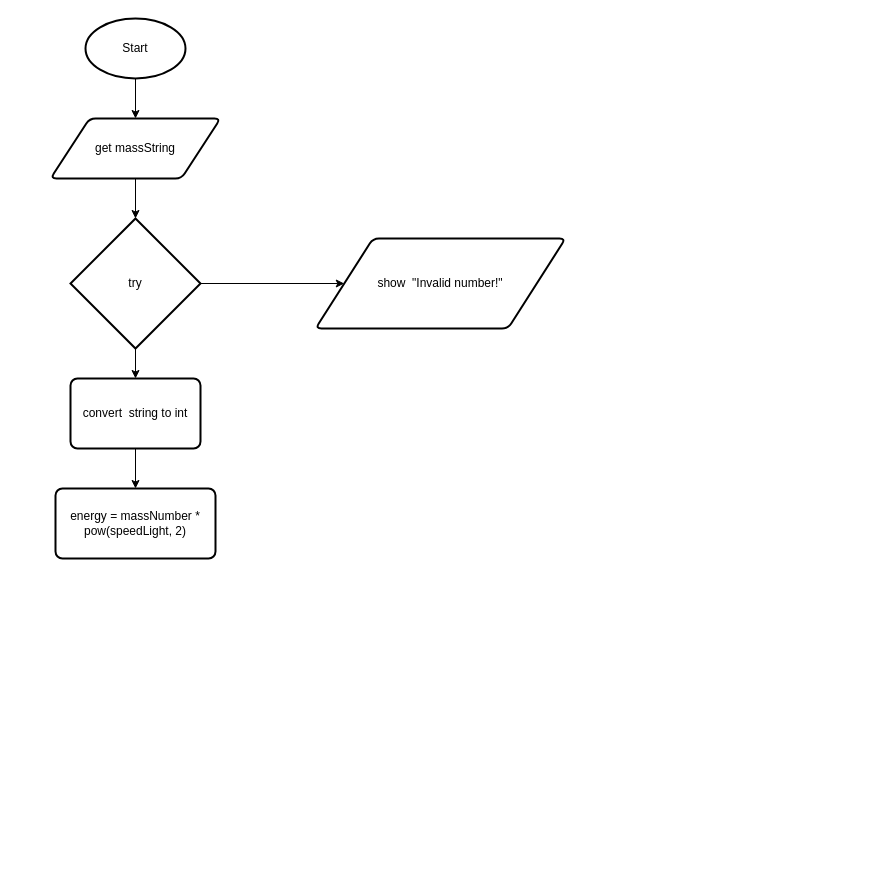
The draw.io diagram design.flowchart.drawio in Yiyun-Qin/ics4u-unit1-02-typescript, before the edit. Source tidied: cells renumbered, new cells numbered last; positions are measured from the earlier drawing's top-left corner, leaving out a move shared by most shapes. Both pictures are drawn from the tidied source at 100%, with x=0, y=0 at pixel (50, 18).
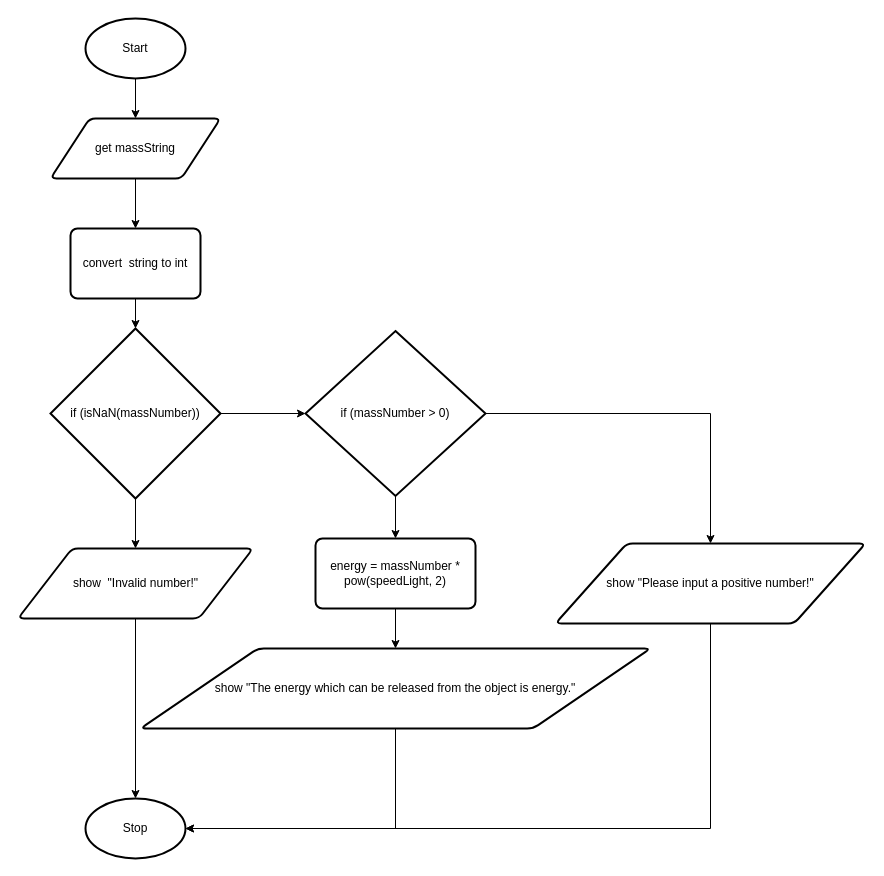
The same page after the edit.

Unchanged cells that the change refers to:
```xml
<mxCell id="5" value="get massString" style="shape=parallelogram;html=1;strokeWidth=2;perimeter=parallelogramPerimeter;whiteSpace=wrap;rounded=1;arcSize=12;size=0.23;" parent="1" vertex="1">
  <mxGeometry y="100" width="170" height="60" as="geometry" />
</mxCell>
```

The edit, as a diff of the source:
```diff
@@
-    <mxCell id="4" style="edgeStyle=none;html=1;exitX=0.5;exitY=1;exitDx=0;exitDy=0;entryX=0.5;entryY=0;entryDx=0;entryDy=0;entryPerimeter=0;" parent="1" edge="1" source="5" target="8">
-      <mxGeometry relative="1" as="geometry" />
-    </mxCell>
+    <mxCell id="7" style="edgeStyle=none;html=1;exitX=0.5;exitY=1;exitDx=0;exitDy=0;entryX=0.5;entryY=0;entryDx=0;entryDy=0;" parent="1" edge="1" source="5" target="10">
+      <mxGeometry relative="1" as="geometry" />
+    </mxCell>
@@
-    <mxCell id="6" style="edgeStyle=none;html=1;exitX=0.5;exitY=1;exitDx=0;exitDy=0;exitPerimeter=0;entryX=0.5;entryY=0;entryDx=0;entryDy=0;" parent="1" edge="1" source="8" target="10">
-      <mxGeometry relative="1" as="geometry" />
-    </mxCell>
-    <mxCell id="7" style="edgeStyle=none;html=1;exitX=1;exitY=0.5;exitDx=0;exitDy=0;exitPerimeter=0;entryX=0;entryY=0.5;entryDx=0;entryDy=0;" parent="1" edge="1" source="8" target="12">
-      <mxGeometry relative="1" as="geometry" />
-    </mxCell>
-    <mxCell id="8" value="try" style="strokeWidth=2;html=1;shape=mxgraph.flowchart.decision;whiteSpace=wrap;" parent="1" vertex="1">
-      <mxGeometry x="20" y="200" width="130" height="130" as="geometry" />
-    </mxCell>
-    <mxCell id="9" style="edgeStyle=none;html=1;exitX=0.5;exitY=1;exitDx=0;exitDy=0;entryX=0.5;entryY=0;entryDx=0;entryDy=0;" parent="1" edge="1" source="10" target="11">
-      <mxGeometry relative="1" as="geometry" />
-    </mxCell>
+    <mxCell id="13" style="edgeStyle=none;html=1;exitX=0.5;exitY=1;exitDx=0;exitDy=0;entryX=0.5;entryY=0;entryDx=0;entryDy=0;entryPerimeter=0;" parent="1" edge="1" source="10" target="18">
+      <mxGeometry relative="1" as="geometry" />
+    </mxCell>
     <mxCell id="10" value="convert&amp;nbsp; string to int" style="rounded=1;whiteSpace=wrap;html=1;absoluteArcSize=1;arcSize=14;strokeWidth=2;" parent="1" vertex="1">
-      <mxGeometry x="20" y="360" width="130" height="70" as="geometry" />
+      <mxGeometry x="20" y="210" width="130" height="70" as="geometry" />
     </mxCell>
+    <mxCell id="14" style="edgeStyle=orthogonalEdgeStyle;rounded=0;html=1;exitX=0.5;exitY=1;exitDx=0;exitDy=0;entryX=0.5;entryY=0;entryDx=0;entryDy=0;" parent="1" edge="1" source="11" target="25">
+      <mxGeometry relative="1" as="geometry" />
+    </mxCell>
     <mxCell id="11" value="energy = massNumber * pow(speedLight, 2)" style="rounded=1;whiteSpace=wrap;html=1;absoluteArcSize=1;arcSize=14;strokeWidth=2;" parent="1" vertex="1">
-      <mxGeometry x="5" y="470" width="160" height="70" as="geometry" />
+      <mxGeometry x="265" y="520" width="160" height="70" as="geometry" />
     </mxCell>
+    <mxCell id="15" style="edgeStyle=orthogonalEdgeStyle;rounded=0;html=1;exitX=0.5;exitY=1;exitDx=0;exitDy=0;entryX=0.5;entryY=0;entryDx=0;entryDy=0;entryPerimeter=0;" parent="1" edge="1" source="12" target="26">
+      <mxGeometry relative="1" as="geometry" />
+    </mxCell>
     <mxCell id="12" value="show&amp;nbsp; &quot;Invalid number!&quot;" style="shape=parallelogram;html=1;strokeWidth=2;perimeter=parallelogramPerimeter;whiteSpace=wrap;rounded=1;arcSize=12;size=0.23;" parent="1" vertex="1">
-      <mxGeometry x="265" y="220" width="250" height="90" as="geometry" />
+      <mxGeometry x="-32.5" y="530" width="235" height="70" as="geometry" />
     </mxCell>
+    <mxCell id="16" style="edgeStyle=none;html=1;exitX=0.5;exitY=1;exitDx=0;exitDy=0;exitPerimeter=0;entryX=0.5;entryY=0;entryDx=0;entryDy=0;" parent="1" edge="1" source="18" target="12">
+      <mxGeometry relative="1" as="geometry" />
+    </mxCell>
+    <mxCell id="17" style="edgeStyle=none;html=1;exitX=1;exitY=0.5;exitDx=0;exitDy=0;exitPerimeter=0;entryX=0;entryY=0.5;entryDx=0;entryDy=0;entryPerimeter=0;" parent="1" edge="1" source="18" target="21">
+      <mxGeometry relative="1" as="geometry" />
+    </mxCell>
+    <mxCell id="18" value="if (isNaN(massNumber))" style="strokeWidth=2;html=1;shape=mxgraph.flowchart.decision;whiteSpace=wrap;" parent="1" vertex="1">
+      <mxGeometry y="310" width="170" height="170" as="geometry" />
+    </mxCell>
+    <mxCell id="19" style="edgeStyle=none;html=1;exitX=0.5;exitY=1;exitDx=0;exitDy=0;exitPerimeter=0;entryX=0.5;entryY=0;entryDx=0;entryDy=0;" parent="1" edge="1" source="21" target="11">
+      <mxGeometry relative="1" as="geometry" />
+    </mxCell>
+    <mxCell id="20" style="edgeStyle=orthogonalEdgeStyle;rounded=0;html=1;exitX=1;exitY=0.5;exitDx=0;exitDy=0;exitPerimeter=0;entryX=0.5;entryY=0;entryDx=0;entryDy=0;" parent="1" edge="1" source="21" target="23">
+      <mxGeometry relative="1" as="geometry" />
+    </mxCell>
+    <mxCell id="21" value="if (massNumber &amp;gt; 0)" style="strokeWidth=2;html=1;shape=mxgraph.flowchart.decision;whiteSpace=wrap;" parent="1" vertex="1">
+      <mxGeometry x="255" y="312.5" width="180" height="165" as="geometry" />
+    </mxCell>
+    <mxCell id="22" style="edgeStyle=orthogonalEdgeStyle;rounded=0;html=1;exitX=0.5;exitY=1;exitDx=0;exitDy=0;entryX=1;entryY=0.5;entryDx=0;entryDy=0;entryPerimeter=0;" parent="1" edge="1" source="23" target="26">
+      <mxGeometry relative="1" as="geometry" />
+    </mxCell>
+    <mxCell id="23" value="show &quot;Please input a positive number!&quot;" style="shape=parallelogram;html=1;strokeWidth=2;perimeter=parallelogramPerimeter;whiteSpace=wrap;rounded=1;arcSize=12;size=0.23;" parent="1" vertex="1">
+      <mxGeometry x="505" y="525" width="310" height="80" as="geometry" />
+    </mxCell>
+    <mxCell id="24" style="edgeStyle=orthogonalEdgeStyle;rounded=0;html=1;exitX=0.5;exitY=1;exitDx=0;exitDy=0;entryX=1;entryY=0.5;entryDx=0;entryDy=0;entryPerimeter=0;" parent="1" edge="1" source="25" target="26">
+      <mxGeometry relative="1" as="geometry" />
+    </mxCell>
+    <mxCell id="25" value="show &quot;The energy which can be released from the object is energy.&quot;" style="shape=parallelogram;html=1;strokeWidth=2;perimeter=parallelogramPerimeter;whiteSpace=wrap;rounded=1;arcSize=12;size=0.23;" parent="1" vertex="1">
+      <mxGeometry x="90" y="630" width="510" height="80" as="geometry" />
+    </mxCell>
+    <mxCell id="26" value="Stop" style="strokeWidth=2;html=1;shape=mxgraph.flowchart.start_1;whiteSpace=wrap;" parent="1" vertex="1">
+      <mxGeometry x="35" y="780" width="100" height="60" as="geometry" />
+    </mxCell>
```
